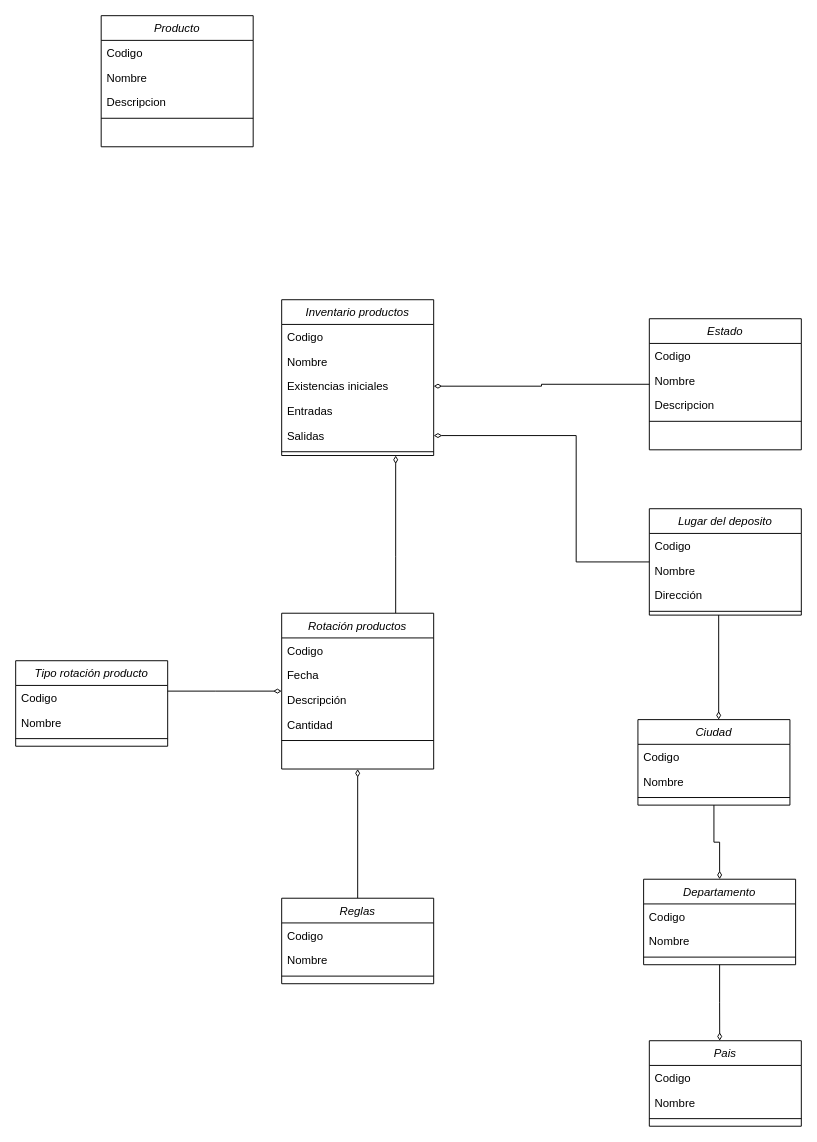
Above: Extraclase/Modelo de dominio/Modelo de dominio detallado/detallado.drawio in DOOPan2022/Presupuesto (draw.io), before the change. Source tidied: cells renumbered, new cells numbered last; positions are measured from the earlier drawing's top-left corner, leaving out a move shared by most shapes. Both pictures are drawn from the tidied source at 95%, with x=0, y=0 at pixel (15, 15).
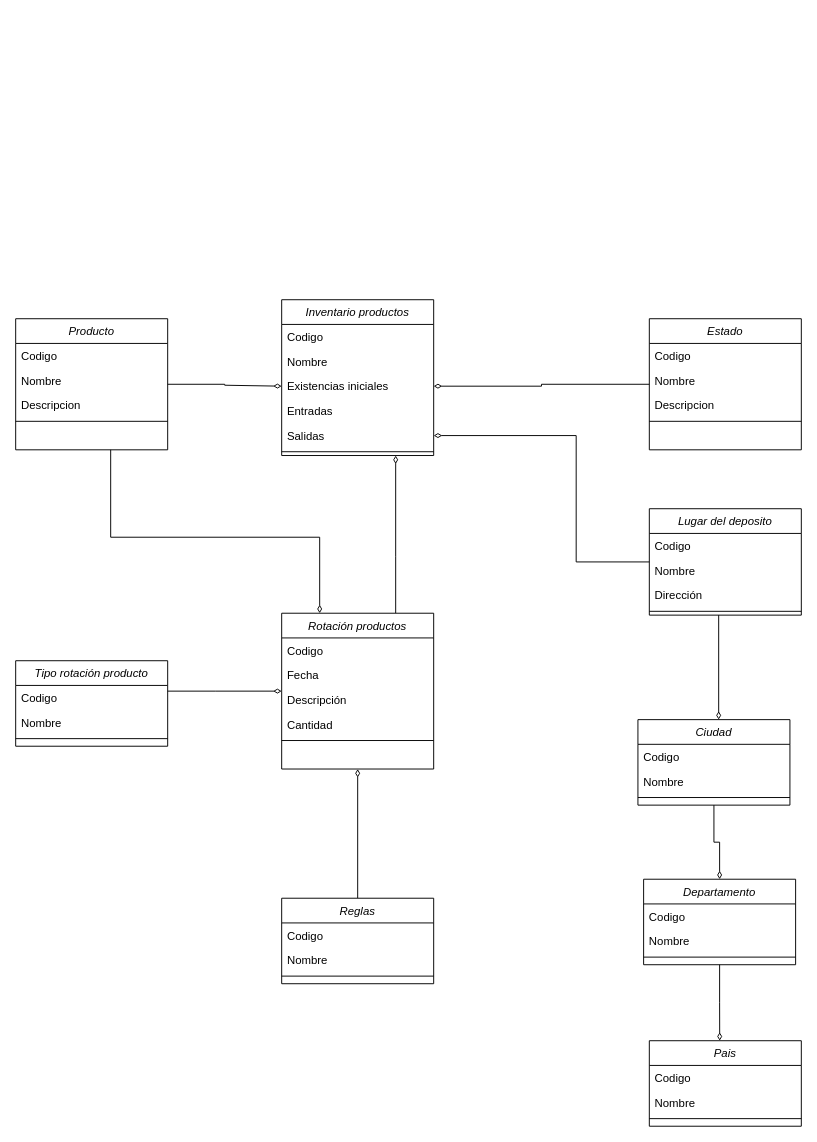
The same page after the edit.

Unchanged cells that the change refers to:
```xml
<mxCell id="40" value="Rotación productos" style="swimlane;fontStyle=2;align=center;verticalAlign=top;horizontal=1;startSize=26;rounded=0;shadow=0;strokeWidth=1;" parent="1" vertex="1">
  <mxGeometry x="280" y="629" width="160" height="164" as="geometry" />
</mxCell>
<mxCell id="54" value="Existencias iniciales" style="text;align=left;verticalAlign=top;spacingLeft=4;spacingRight=4;overflow=hidden;points=[[0,0.5],[1,0.5]];portConstraint=eastwest;rounded=0;shadow=0;html=0;" parent="51" vertex="1">
  <mxGeometry y="78" width="160" height="26" as="geometry" />
</mxCell>
```

The edit, as a diff of the source:
```diff
@@
+    <mxCell id="58" style="edgeStyle=orthogonalEdgeStyle;rounded=0;jettySize=auto;html=1;entryX=0;entryY=0.5;entryDx=0;entryDy=0;endArrow=diamondThin;endFill=0;" parent="1" edge="1" source="2" target="54">
+      <mxGeometry relative="1" as="geometry">
+        <Array as="points">
+          <mxPoint x="220" y="388" />
+          <mxPoint x="220" y="389" />
+        </Array>
+      </mxGeometry>
+    </mxCell>
+    <mxCell id="59" style="edgeStyle=orthogonalEdgeStyle;rounded=0;jettySize=auto;html=1;endArrow=diamondThin;endFill=0;" parent="1" edge="1" source="2" target="40">
+      <mxGeometry relative="1" as="geometry">
+        <Array as="points">
+          <mxPoint x="100" y="549" />
+          <mxPoint x="320" y="549" />
+        </Array>
+      </mxGeometry>
+    </mxCell>
     <mxCell id="2" value="Producto" style="swimlane;fontStyle=2;align=center;verticalAlign=top;horizontal=1;startSize=26;rounded=0;shadow=0;strokeWidth=1;" parent="1" vertex="1">
-      <mxGeometry x="90" width="160" height="138" as="geometry" />
+      <mxGeometry y="319" width="160" height="138" as="geometry" />
     </mxCell>
```
